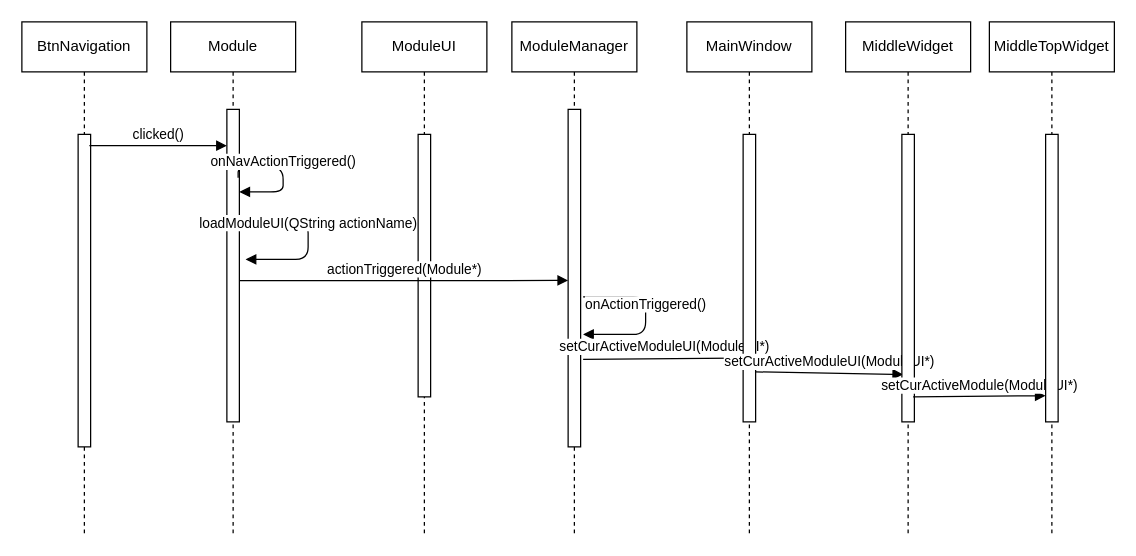
Above: 切换模块时序图.drawio in chenminchn/UML (draw.io), before the change. Source tidied: cells renumbered, new cells numbered last; positions are measured from the earlier drawing's top-left corner, leaving out a move shared by most shapes. Both pictures are drawn from the tidied source at 125%, with x=0, y=0 at pixel (21, 21).
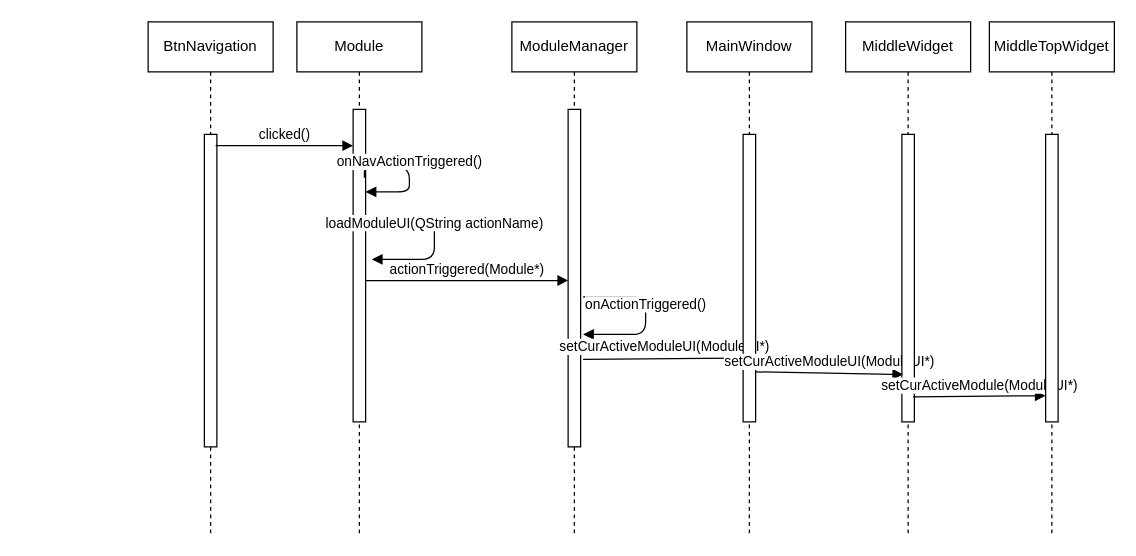
Above is the later version.

Commit message:
Update 切换模块时序图.drawio

The edit, as a diff of the source:
```diff
@@
     <mxCell id="2" value="BtnNavigation" style="shape=umlLifeline;perimeter=lifelinePerimeter;whiteSpace=wrap;html=1;" parent="1" vertex="1">
-      <mxGeometry width="100" height="410" as="geometry" />
+      <mxGeometry x="101" width="100" height="410" as="geometry" />
     </mxCell>
@@
     <mxCell id="4" value="Module" style="shape=umlLifeline;perimeter=lifelinePerimeter;whiteSpace=wrap;html=1;" parent="1" vertex="1">
-      <mxGeometry x="119" width="100" height="410" as="geometry" />
+      <mxGeometry x="220" width="100" height="410" as="geometry" />
     </mxCell>
@@
-    <mxCell id="9" value="ModuleUI" style="shape=umlLifeline;perimeter=lifelinePerimeter;whiteSpace=wrap;html=1;" parent="1" vertex="1">
-      <mxGeometry x="272" width="100" height="410" as="geometry" />
-    </mxCell>
-    <mxCell id="10" style="html=1;perimeter=orthogonalPerimeter;" parent="9" vertex="1">
-      <mxGeometry x="45" y="90" width="10" height="210" as="geometry" />
-    </mxCell>
```
